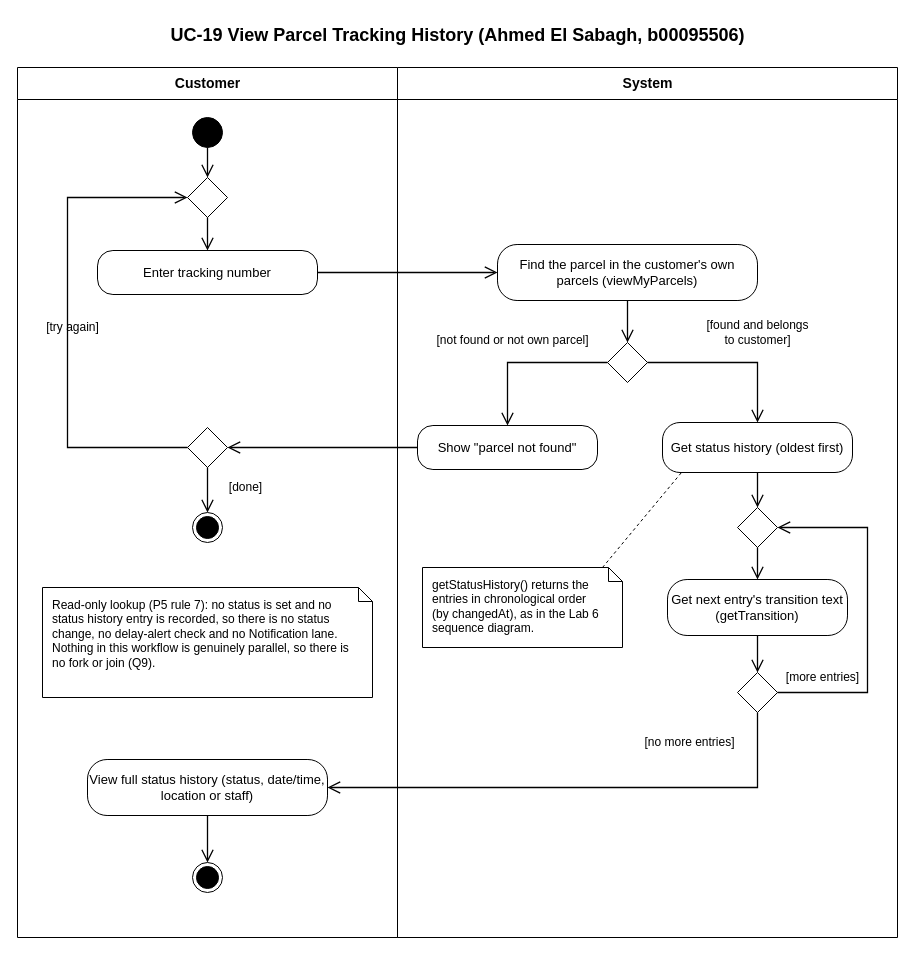
Earlier version of the draw.io diagram Project/Behavioral_Modeling/Activity_Diagrams/AD_UC-19_View_Parcel_Tracking_History.drawio (COE420-Team10-F26/Courier_parcel_tracking_system). Source tidied: cells renumbered, new cells numbered last; positions are measured from the earlier drawing's top-left corner, leaving out a move shared by most shapes. Both pictures are drawn from the tidied source at 100%, with x=0, y=0 at pixel (17, 17).
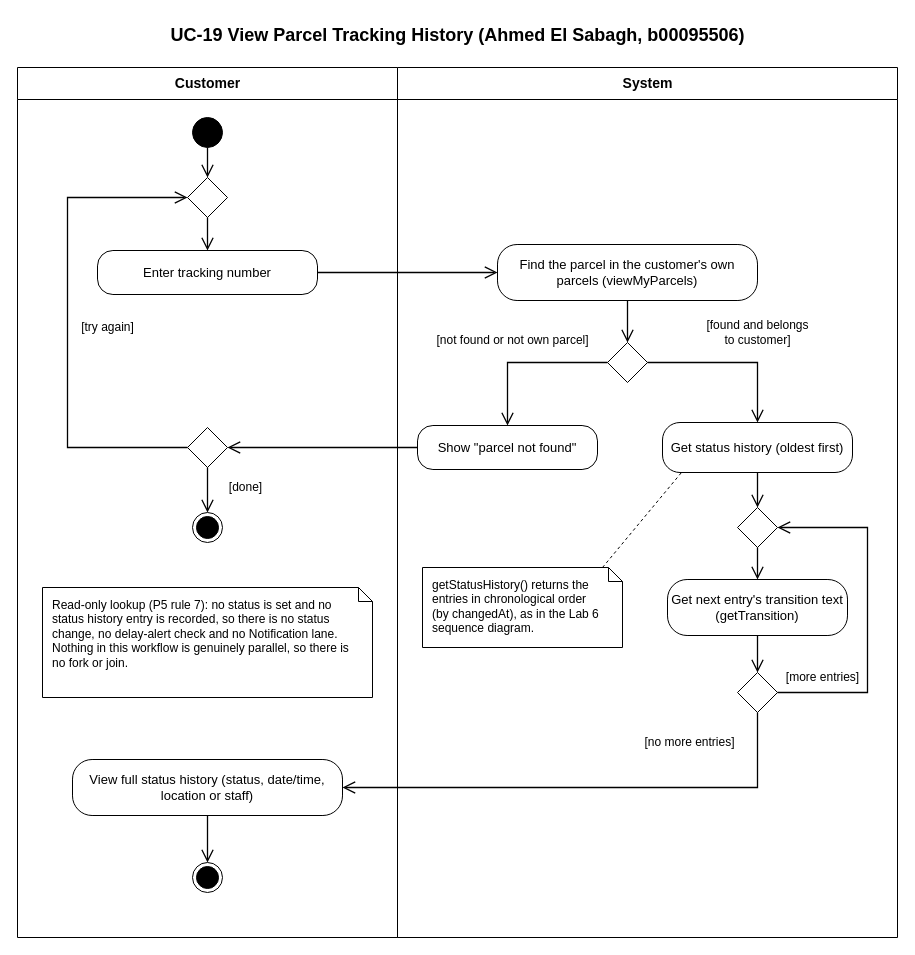
The same page after the edit.

The change refers to these unchanged cells:
```xml
<mxCell id="3" value="Customer" style="swimlane;html=1;startSize=32;fontSize=14;fontStyle=1;" parent="1" vertex="1">
  <mxGeometry y="50" width="380" height="870" as="geometry" />
</mxCell>
```

Diff of the diagram source:
```diff
@@
     <mxCell id="17" value="View full status history (status, date/time, location or staff)" style="rounded=1;arcSize=35;whiteSpace=wrap;html=1;fontSize=13;" parent="3" vertex="1">
-      <mxGeometry x="70" y="692" width="240" height="56" as="geometry" />
+      <mxGeometry x="55" y="692" width="270" height="56" as="geometry" />
     </mxCell>
@@
     <mxCell id="29" value="[try again]" style="text;html=1;align=center;verticalAlign=middle;fontSize=12;labelBackgroundColor=#ffffff;" parent="3" vertex="1">
-      <mxGeometry x="20" y="250" width="70" height="20" as="geometry" />
+      <mxGeometry x="55" y="250" width="70" height="20" as="geometry" />
     </mxCell>
@@
-    <mxCell id="40" value="Read-only lookup (P5 rule 7): no status is set and no status history entry is recorded, so there is no status change, no delay-alert check and no Notification lane. Nothing in this workflow is genuinely parallel, so there is no fork or join (Q9)." style="shape=note;whiteSpace=wrap;html=1;size=14;align=left;verticalAlign=top;spacingLeft=8;spacingRight=16;spacingTop=4;fontSize=12;" parent="3" vertex="1">
+    <mxCell id="40" value="Read-only lookup (P5 rule 7): no status is set and no status history entry is recorded, so there is no status change, no delay-alert check and no Notification lane. Nothing in this workflow is genuinely parallel, so there is no fork or join." style="shape=note;whiteSpace=wrap;html=1;size=14;align=left;verticalAlign=top;spacingLeft=8;spacingRight=16;spacingTop=4;fontSize=12;" parent="3" vertex="1">
       <mxGeometry x="25" y="520" width="330" height="110" as="geometry" />
     </mxCell>
```
